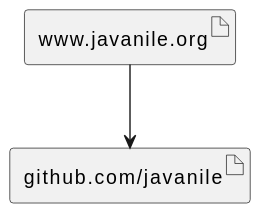
francescobianco/assets keeps this PlantUML diagram as docs/assets.svg. Above is the earlier version.
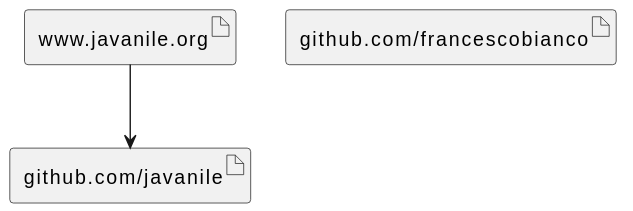
The same diagram one commit later.

The edit, as a diff of the source:
```diff
@@ -1,6 +1,10 @@
 @startuml
+
 artifact "www.javanile.org"
 artifact "github.com/javanile"
 
+artifact "github.com/francescobianco"
+
+
 [www.javanile.org] --> [github.com/javanile]
 @enduml
```
